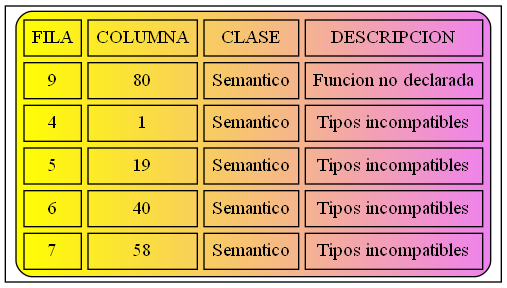
Before: Errores.png, a diagram exported from Graphviz (JoseMore99/OLC2_P1_201701015). Its source is kept beside it as Errores.dot.
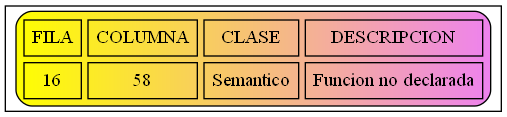
The same file after the commit.

The edit, as a diff of the source:
```diff
@@ -2,10 +2,6 @@
 node [shape=record];
 a0 [label=<<TABLE border="1" cellspacing="5" cellpadding="5" style="rounded" bgcolor="yellow:violet">
 "<TR><TD>FILA</TD><TD>COLUMNA</TD><TD>CLASE</TD><TD>DESCRIPCION</TD></TR>
-<TR><TD>9</TD><TD>80</TD><TD>Semantico</TD><TD>Funcion no declarada</TD></TR>
-<TR><TD>4</TD><TD>1</TD><TD>Semantico</TD><TD>Tipos incompatibles</TD></TR>
-<TR><TD>5</TD><TD>19</TD><TD>Semantico</TD><TD>Tipos incompatibles</TD></TR>
-<TR><TD>6</TD><TD>40</TD><TD>Semantico</TD><TD>Tipos incompatibles</TD></TR>
-<TR><TD>7</TD><TD>58</TD><TD>Semantico</TD><TD>Tipos incompatibles</TD></TR>
+<TR><TD>16</TD><TD>58</TD><TD>Semantico</TD><TD>Funcion no declarada</TD></TR>
 </TABLE>>];
 }
```
